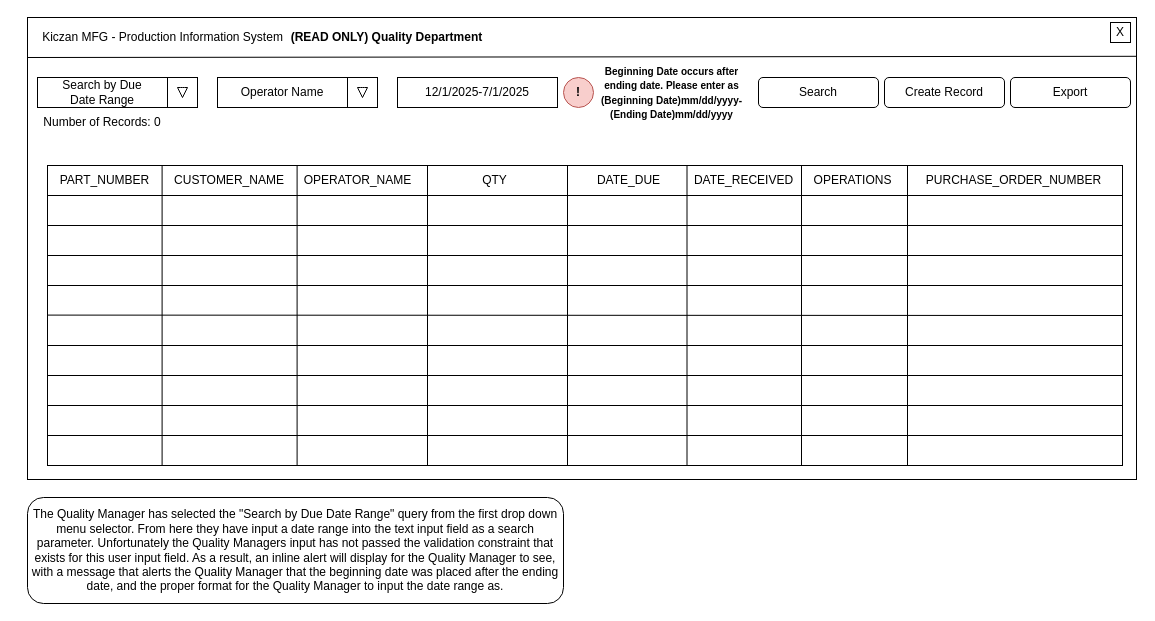
This is Main User Interface Wireframe Search By Due Date Range (READONLY) VALIDATION ERROR 2.drawio from JrST90/Team2CapstoneProject, a draw.io file, before an edit. Source tidied: cells renumbered, new cells numbered last; positions are measured from the earlier drawing's top-left corner, leaving out a move shared by most shapes. Both pictures are drawn from the tidied source at 100%, with x=0, y=0 at pixel (17, 17).
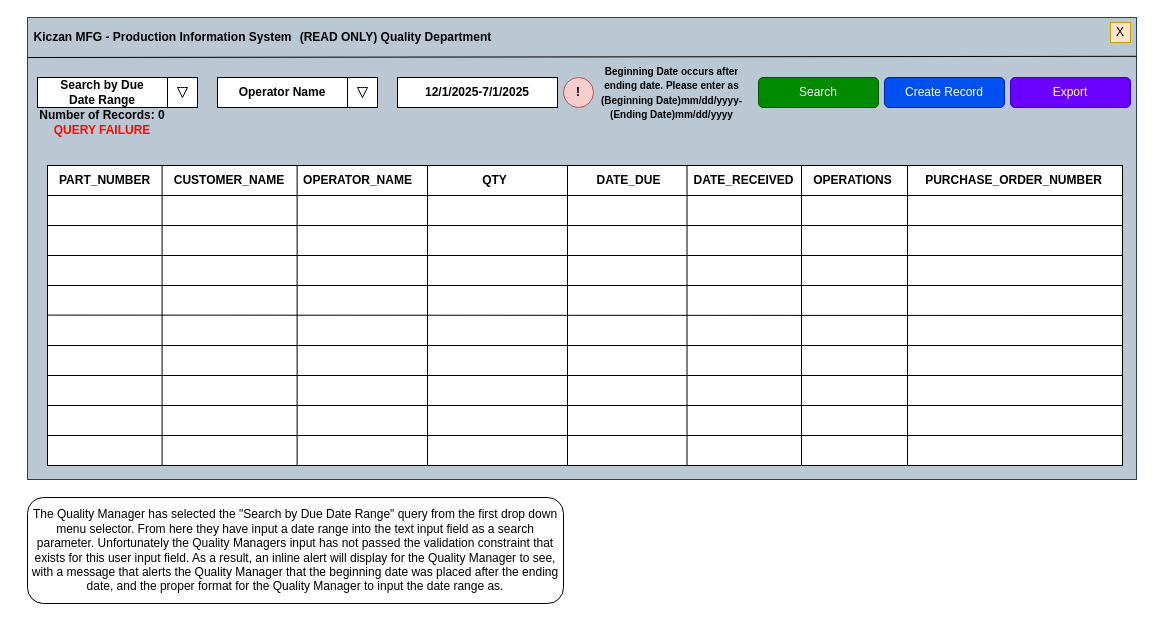
The same page after the edit.

Diff of the diagram source:
```diff
@@
-    <mxCell id="2" style="rounded=0;whiteSpace=wrap;html=1;" parent="1" vertex="1">
+    <mxCell id="2" style="rounded=0;whiteSpace=wrap;html=1;fillColor=#bac8d3;strokeColor=#23445d;" parent="1" vertex="1">
       <mxGeometry x="10" width="1109" height="462" as="geometry" />
     </mxCell>
@@
-    <mxCell id="4" value="X" style="whiteSpace=wrap;html=1;" parent="1" vertex="1">
+    <mxCell id="4" value="X" style="whiteSpace=wrap;html=1;fillColor=#ffe6cc;strokeColor=#d79b00;" parent="1" vertex="1">
       <mxGeometry x="1093" y="5" width="20" height="20" as="geometry" />
     </mxCell>
-    <mxCell id="5" value="Kiczan MFG - Production Information System" style="text;html=1;whiteSpace=wrap;strokeColor=none;fillColor=none;align=center;verticalAlign=middle;rounded=0;" parent="1" vertex="1">
+    <mxCell id="5" value="&lt;b&gt;Kiczan MFG - Production Information System&lt;/b&gt;" style="text;html=1;whiteSpace=wrap;strokeColor=none;fillColor=none;align=center;verticalAlign=middle;rounded=0;" parent="1" vertex="1">
       <mxGeometry x="10" y="5" width="271" height="30" as="geometry" />
     </mxCell>
@@
-    <mxCell id="8" value="12/1/2025-7/1/2025" style="rounded=0;whiteSpace=wrap;html=1;" parent="1" vertex="1">
+    <mxCell id="8" value="12/1/2025-7/1/2025" style="rounded=0;whiteSpace=wrap;html=1;fontStyle=1;" parent="1" vertex="1">
       <mxGeometry x="380" y="60" width="160" height="30" as="geometry" />
     </mxCell>
-    <mxCell id="9" value="Search" style="rounded=1;whiteSpace=wrap;html=1;" parent="1" vertex="1">
+    <mxCell id="9" value="Search" style="rounded=1;whiteSpace=wrap;html=1;fillColor=#008a00;fontColor=#ffffff;strokeColor=#005700;" parent="1" vertex="1">
       <mxGeometry x="741" y="60" width="120" height="30" as="geometry" />
     </mxCell>
-    <mxCell id="10" value="Search by Due Date Range" style="text;html=1;whiteSpace=wrap;strokeColor=none;fillColor=none;align=center;verticalAlign=middle;rounded=0;" parent="1" vertex="1">
+    <mxCell id="10" value="Search by Due Date Range" style="text;html=1;whiteSpace=wrap;strokeColor=none;fillColor=none;align=center;verticalAlign=middle;rounded=0;fontStyle=1;" parent="1" vertex="1">
       <mxGeometry x="40" y="60" width="90" height="30" as="geometry" />
     </mxCell>
@@
-    <mxCell id="14" value="Operator Name" style="text;html=1;whiteSpace=wrap;strokeColor=none;fillColor=none;align=center;verticalAlign=middle;rounded=0;" parent="1" vertex="1">
+    <mxCell id="14" value="Operator Name" style="text;html=1;whiteSpace=wrap;strokeColor=none;fillColor=none;align=center;verticalAlign=middle;rounded=0;fontStyle=1;" parent="1" vertex="1">
       <mxGeometry x="190" y="60" width="150" height="30" as="geometry" />
     </mxCell>
@@
-    <mxCell id="30" value="Number of Records: 0" style="text;html=1;whiteSpace=wrap;strokeColor=none;fillColor=none;align=center;verticalAlign=middle;rounded=0;" parent="1" vertex="1">
+    <mxCell id="30" value="&lt;b&gt;Number of Records: 0 &lt;font style=&quot;color: rgb(255, 9, 1);&quot;&gt;QUERY FAILURE&lt;/font&gt;&lt;/b&gt;" style="text;html=1;whiteSpace=wrap;strokeColor=none;fillColor=none;align=center;verticalAlign=middle;rounded=0;" parent="1" vertex="1">
       <mxGeometry y="90" width="170" height="30" as="geometry" />
     </mxCell>
-    <mxCell id="31" value="Create Record" style="rounded=1;whiteSpace=wrap;html=1;" parent="1" vertex="1">
+    <mxCell id="31" value="Create Record" style="rounded=1;whiteSpace=wrap;html=1;fillColor=#0050ef;fontColor=#ffffff;strokeColor=#001DBC;" parent="1" vertex="1">
       <mxGeometry x="867" y="60" width="120" height="30" as="geometry" />
     </mxCell>
-    <mxCell id="32" value="PART_NUMBER" style="text;html=1;whiteSpace=wrap;strokeColor=none;fillColor=none;align=center;verticalAlign=middle;rounded=0;" parent="1" vertex="1">
+    <mxCell id="32" value="PART_NUMBER" style="text;html=1;whiteSpace=wrap;strokeColor=none;fillColor=none;align=center;verticalAlign=middle;rounded=0;fontStyle=1;" parent="1" vertex="1">
       <mxGeometry x="36" y="148" width="103" height="30" as="geometry" />
     </mxCell>
-    <mxCell id="33" value="CUSTOMER_NAME" style="text;html=1;whiteSpace=wrap;strokeColor=none;fillColor=none;align=center;verticalAlign=middle;rounded=0;" parent="1" vertex="1">
+    <mxCell id="33" value="CUSTOMER_NAME" style="text;html=1;whiteSpace=wrap;strokeColor=none;fillColor=none;align=center;verticalAlign=middle;rounded=0;fontStyle=1;" parent="1" vertex="1">
       <mxGeometry x="150" y="148" width="124" height="30" as="geometry" />
     </mxCell>
-    <mxCell id="34" value="OPERATOR_NAME" style="text;html=1;whiteSpace=wrap;strokeColor=none;fillColor=none;align=center;verticalAlign=middle;rounded=0;" parent="1" vertex="1">
+    <mxCell id="34" value="OPERATOR_NAME" style="text;html=1;whiteSpace=wrap;strokeColor=none;fillColor=none;align=center;verticalAlign=middle;rounded=0;fontStyle=1;" parent="1" vertex="1">
       <mxGeometry x="285" y="148" width="111" height="30" as="geometry" />
     </mxCell>
-    <mxCell id="35" value="QTY" style="text;html=1;whiteSpace=wrap;strokeColor=none;fillColor=none;align=center;verticalAlign=middle;rounded=0;" parent="1" vertex="1">
+    <mxCell id="35" value="QTY" style="text;html=1;whiteSpace=wrap;strokeColor=none;fillColor=none;align=center;verticalAlign=middle;rounded=0;fontStyle=1;" parent="1" vertex="1">
       <mxGeometry x="426" y="148" width="103" height="30" as="geometry" />
     </mxCell>
-    <mxCell id="36" value="DATE_DUE" style="text;html=1;whiteSpace=wrap;strokeColor=none;fillColor=none;align=center;verticalAlign=middle;rounded=0;" parent="1" vertex="1">
+    <mxCell id="36" value="DATE_DUE" style="text;html=1;whiteSpace=wrap;strokeColor=none;fillColor=none;align=center;verticalAlign=middle;rounded=0;fontStyle=1;" parent="1" vertex="1">
       <mxGeometry x="560" y="148" width="103" height="30" as="geometry" />
     </mxCell>
-    <mxCell id="37" value="DATE_RECEIVED" style="text;html=1;whiteSpace=wrap;strokeColor=none;fillColor=none;align=center;verticalAlign=middle;rounded=0;" parent="1" vertex="1">
+    <mxCell id="37" value="DATE_RECEIVED" style="text;html=1;whiteSpace=wrap;strokeColor=none;fillColor=none;align=center;verticalAlign=middle;rounded=0;fontStyle=1;" parent="1" vertex="1">
       <mxGeometry x="675" y="148" width="103" height="30" as="geometry" />
     </mxCell>
-    <mxCell id="38" value="OPERATIONS" style="text;html=1;whiteSpace=wrap;strokeColor=none;fillColor=none;align=center;verticalAlign=middle;rounded=0;" parent="1" vertex="1">
+    <mxCell id="38" value="OPERATIONS" style="text;html=1;whiteSpace=wrap;strokeColor=none;fillColor=none;align=center;verticalAlign=middle;rounded=0;fontStyle=1;" parent="1" vertex="1">
       <mxGeometry x="784" y="148" width="103" height="30" as="geometry" />
     </mxCell>
-    <mxCell id="39" value="PURCHASE_ORDER_NUMBER" style="text;html=1;whiteSpace=wrap;strokeColor=none;fillColor=none;align=center;verticalAlign=middle;rounded=0;" parent="1" vertex="1">
+    <mxCell id="39" value="PURCHASE_ORDER_NUMBER" style="text;html=1;whiteSpace=wrap;strokeColor=none;fillColor=none;align=center;verticalAlign=middle;rounded=0;fontStyle=1;" parent="1" vertex="1">
       <mxGeometry x="897" y="148" width="199" height="30" as="geometry" />
     </mxCell>
@@
-    <mxCell id="43" value="Export" style="rounded=1;whiteSpace=wrap;html=1;" parent="1" vertex="1">
+    <mxCell id="43" value="Export" style="rounded=1;whiteSpace=wrap;html=1;fillColor=#6a00ff;fontColor=#ffffff;strokeColor=#3700CC;" parent="1" vertex="1">
       <mxGeometry x="993" y="60" width="120" height="30" as="geometry" />
     </mxCell>
     <mxCell id="44" value="&lt;b&gt;(READ ONLY) Quality Department&lt;/b&gt;" style="text;html=1;whiteSpace=wrap;strokeColor=none;fillColor=none;align=center;verticalAlign=middle;rounded=0;" parent="1" vertex="1">
-      <mxGeometry x="259" y="5" width="221" height="30" as="geometry" />
+      <mxGeometry x="268" y="5" width="221" height="30" as="geometry" />
     </mxCell>
```
